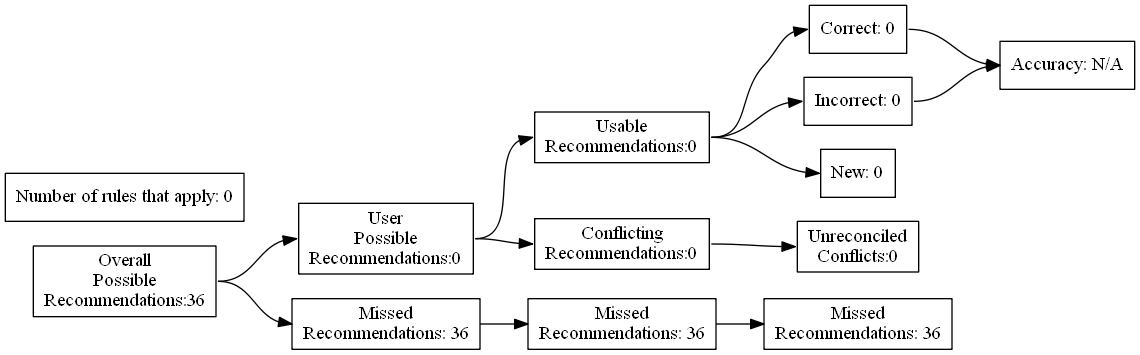
ZaxR/ibd_diet_analysis keeps this Graphviz diagram as test_renders/89.gv.png. Above is the earlier version. Its source is kept beside it as test_renders/89.gv.
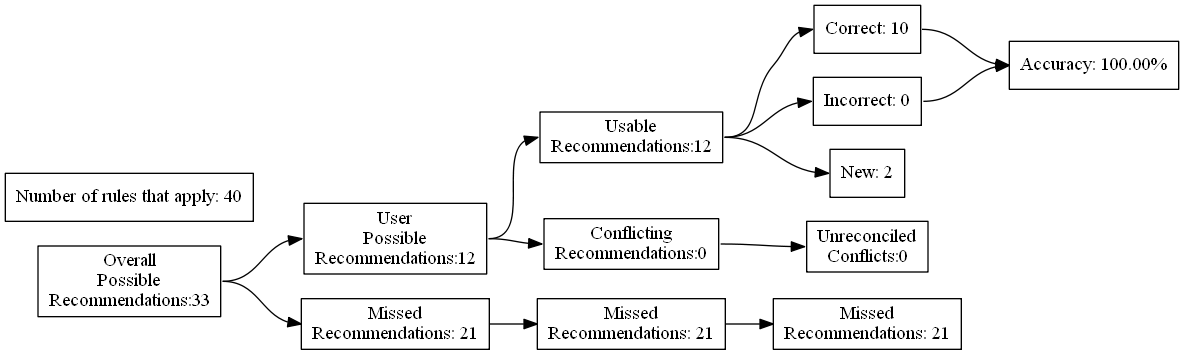
Later version of the same file.

What changed in the source:
```diff
@@ -4,27 +4,27 @@
 	edge [headport=w tailport=e]
 		A [label="Overall
 Possible
-Recommendations:36"]
+Recommendations:33"]
 		B [label="User
 Possible
-Recommendations:0"]
+Recommendations:12"]
 		C [label="Missed
-Recommendations: 36"]
+Recommendations: 21"]
 		D [label="Usable
-Recommendations:0"]
+Recommendations:12"]
 		E [label="Conflicting
 Recommendations:0"]
 		J [label="Missed
-Recommendations: 36"]
+Recommendations: 21"]
 		M [label="Unreconciled
 Conflicts:0"]
-		F [label="Correct: 0"]
+		F [label="Correct: 10"]
 		G [label="Incorrect: 0"]
-		H [label="New: 0"]
+		H [label="New: 2"]
 		K [label="Missed
-Recommendations: 36"]
-		I [label="Accuracy: N/A"]
-		l [label="Number of rules that apply: 0"]
+Recommendations: 21"]
+		I [label="Accuracy: 100.00%"]
+		l [label="Number of rules that apply: 40"]
 			A -> B
 			A -> C
 			B -> D
```
